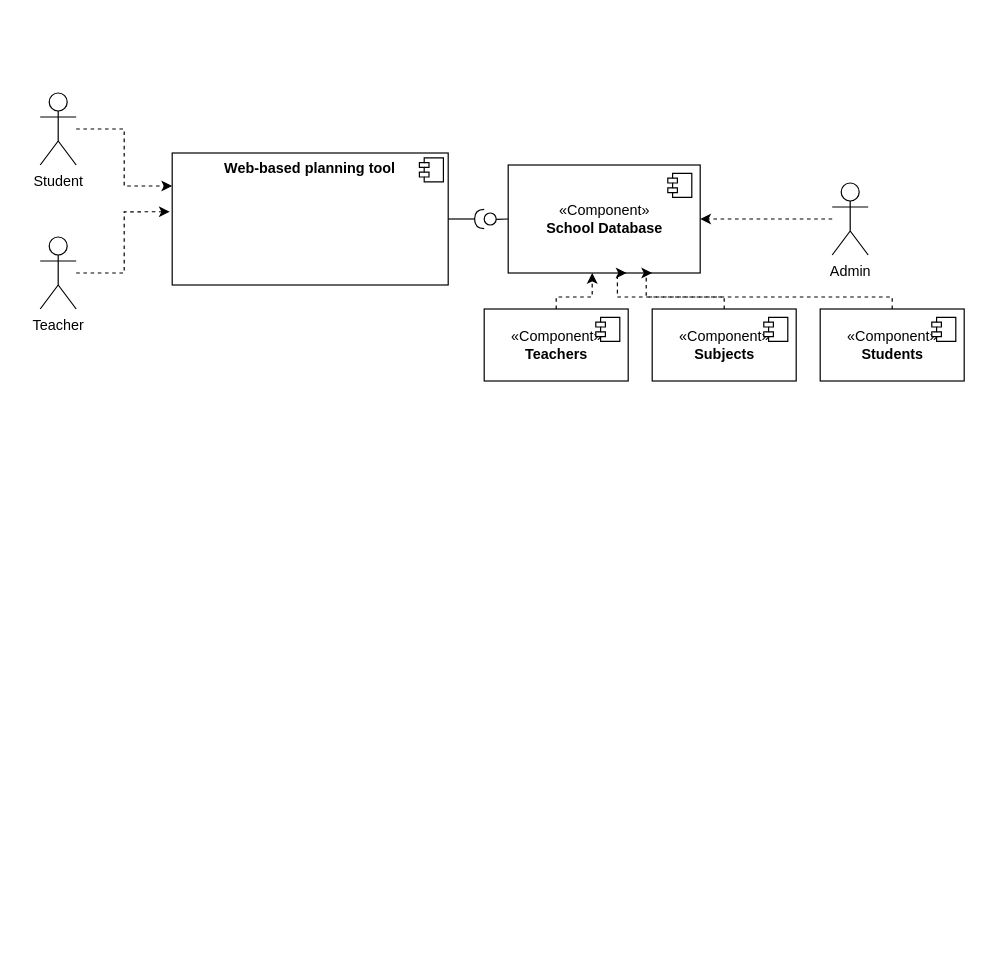
Earlier version of the draw.io diagram diagrams/Untitled Diagram.drawio (die-drei-fragezeichen/eXama). Source tidied: cells renumbered, new cells numbered last; positions are measured from the earlier drawing's top-left corner, leaving out a move shared by most shapes. Both pictures are drawn from the tidied source at 120%, with x=0, y=0 at pixel (40, 92).
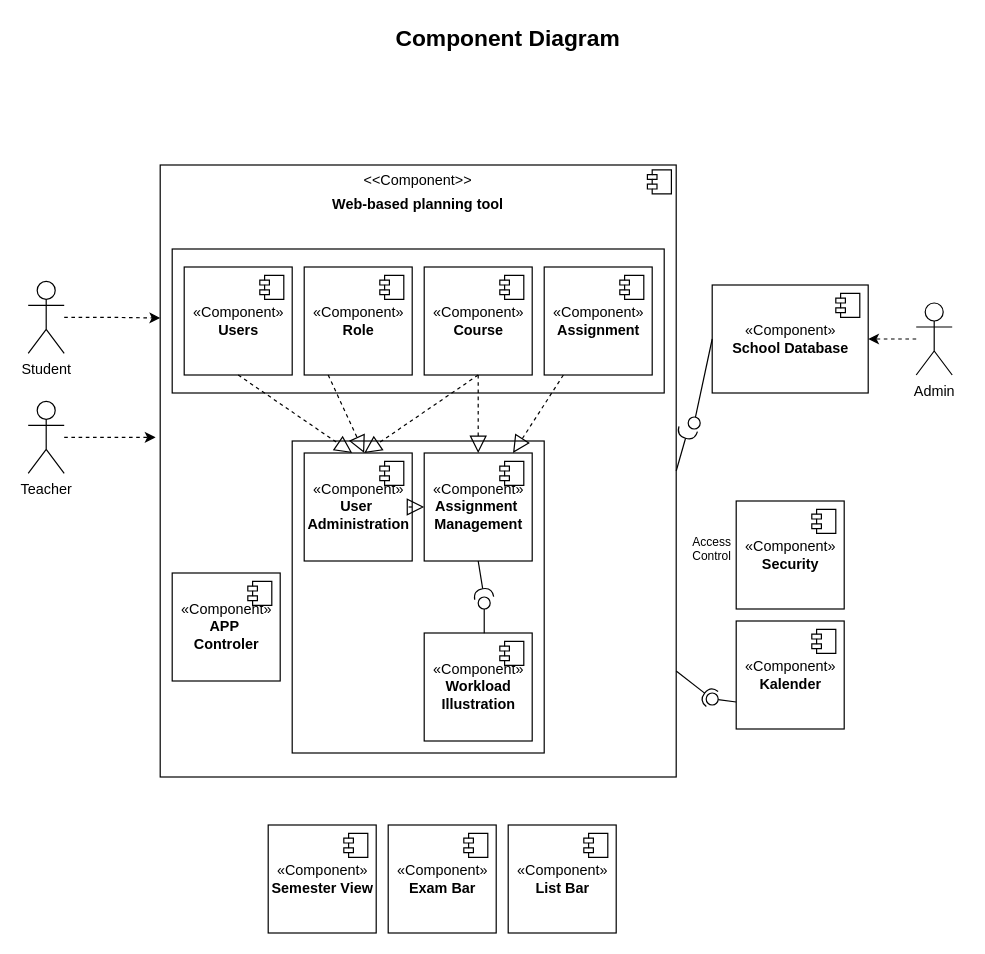
The same page after the edit.

Change to the diagram source:
```diff
@@
+    <mxCell id="10" value="&lt;p style=&quot;margin: 0px ; margin-top: 6px ; text-align: center&quot;&gt;&amp;lt;&amp;lt;Component&amp;gt;&amp;gt;&lt;/p&gt;&lt;p style=&quot;margin: 0px ; margin-top: 6px ; text-align: center&quot;&gt;&lt;b&gt;Web-based planning tool&lt;/b&gt;&lt;/p&gt;" style="align=left;overflow=fill;html=1;" parent="1" vertex="1">
+      <mxGeometry x="100" y="60" width="430" height="510" as="geometry" />
+    </mxCell>
+    <mxCell id="11" style="shape=component;jettyWidth=8;jettyHeight=4;" parent="10" vertex="1">
+      <mxGeometry x="1" width="20" height="20" relative="1" as="geometry">
+        <mxPoint x="-24" y="4" as="offset" />
+      </mxGeometry>
+    </mxCell>
+    <mxCell id="24" style="rounded=0;whiteSpace=wrap;html=1;fontSize=19;align=left;" parent="1" vertex="1">
+      <mxGeometry x="210" y="290" width="210" height="260" as="geometry" />
+    </mxCell>
+    <mxCell id="25" style="rounded=0;whiteSpace=wrap;html=1;fontSize=19;align=left;" parent="1" vertex="1">
+      <mxGeometry x="110" y="130" width="410" height="120" as="geometry" />
+    </mxCell>
     <mxCell id="2" value="«Component»&lt;br&gt;&lt;b&gt;School Database&lt;/b&gt;" style="html=1;" parent="1" vertex="1">
-      <mxGeometry x="390" y="60" width="160" height="90" as="geometry" />
+      <mxGeometry x="560" y="160" width="130" height="90" as="geometry" />
     </mxCell>
@@
     <mxCell id="5" value="Student" style="shape=umlActor;verticalLabelPosition=bottom;verticalAlign=top;html=1;" parent="1" vertex="1">
-      <mxGeometry width="30" height="60" as="geometry" />
+      <mxGeometry x="-10" y="157" width="30" height="60" as="geometry" />
     </mxCell>
@@
     <mxCell id="7" value="Admin" style="shape=umlActor;verticalLabelPosition=bottom;verticalAlign=top;html=1;" parent="1" vertex="1">
-      <mxGeometry x="660" y="75" width="30" height="60" as="geometry" />
+      <mxGeometry x="730" y="175" width="30" height="60" as="geometry" />
     </mxCell>
@@
     <mxCell id="9" value="Teacher" style="shape=umlActor;verticalLabelPosition=bottom;verticalAlign=top;html=1;" parent="1" vertex="1">
-      <mxGeometry y="120" width="30" height="60" as="geometry" />
+      <mxGeometry x="-10" y="257" width="30" height="60" as="geometry" />
     </mxCell>
-    <mxCell id="10" value="&lt;p style=&quot;margin: 0px ; margin-top: 6px ; text-align: center&quot;&gt;&lt;b&gt;Web-based planning tool&lt;/b&gt;&lt;/p&gt;" style="align=left;overflow=fill;html=1;" parent="1" vertex="1">
-      <mxGeometry x="110" y="50" width="230" height="110" as="geometry" />
-    </mxCell>
-    <mxCell id="11" style="shape=component;jettyWidth=8;jettyHeight=4;" parent="10" vertex="1">
-      <mxGeometry x="1" width="20" height="20" relative="1" as="geometry">
-        <mxPoint x="-24" y="4" as="offset" />
-      </mxGeometry>
-    </mxCell>
-    <mxCell id="12" style="edgeStyle=orthogonalEdgeStyle;rounded=0;jettySize=auto;html=1;dashed=1;" parent="1" edge="1" source="13" target="2">
-      <mxGeometry relative="1" as="geometry">
-        <Array as="points">
-          <mxPoint x="430" y="170" />
-          <mxPoint x="460" y="170" />
-        </Array>
-      </mxGeometry>
-    </mxCell>
-    <mxCell id="13" value="«Component»&lt;br&gt;&lt;b&gt;Teachers&lt;/b&gt;" style="html=1;" parent="1" vertex="1">
-      <mxGeometry x="370" y="180" width="120" height="60" as="geometry" />
-    </mxCell>
-    <mxCell id="14" style="shape=module;jettyWidth=8;jettyHeight=4;" parent="13" vertex="1">
-      <mxGeometry x="1" width="20" height="20" relative="1" as="geometry">
-        <mxPoint x="-27" y="7" as="offset" />
-      </mxGeometry>
-    </mxCell>
-    <mxCell id="15" style="edgeStyle=orthogonalEdgeStyle;rounded=0;jettySize=auto;html=1;entryX=0.75;entryY=1;entryDx=0;entryDy=0;dashed=1;" parent="1" edge="1" source="16" target="2">
-      <mxGeometry relative="1" as="geometry">
-        <Array as="points">
-          <mxPoint x="710" y="170" />
-          <mxPoint x="505" y="170" />
-        </Array>
-      </mxGeometry>
-    </mxCell>
-    <mxCell id="16" value="«Component»&lt;br&gt;&lt;b&gt;Students&lt;/b&gt;" style="html=1;" parent="1" vertex="1">
-      <mxGeometry x="650" y="180" width="120" height="60" as="geometry" />
-    </mxCell>
-    <mxCell id="17" style="shape=module;jettyWidth=8;jettyHeight=4;" parent="16" vertex="1">
-      <mxGeometry x="1" width="20" height="20" relative="1" as="geometry">
-        <mxPoint x="-27" y="7" as="offset" />
-      </mxGeometry>
-    </mxCell>
-    <mxCell id="18" style="edgeStyle=orthogonalEdgeStyle;rounded=0;jettySize=auto;html=1;entryX=0.617;entryY=1;entryDx=0;entryDy=0;entryPerimeter=0;dashed=1;" parent="1" edge="1" source="19" target="2">
-      <mxGeometry relative="1" as="geometry">
-        <Array as="points">
-          <mxPoint x="570" y="170" />
-          <mxPoint x="481" y="170" />
-        </Array>
-      </mxGeometry>
-    </mxCell>
-    <mxCell id="19" value="«Component»&lt;br&gt;&lt;b&gt;Subjects&lt;/b&gt;" style="html=1;" parent="1" vertex="1">
-      <mxGeometry x="510" y="180" width="120" height="60" as="geometry" />
-    </mxCell>
-    <mxCell id="20" style="shape=module;jettyWidth=8;jettyHeight=4;" parent="19" vertex="1">
-      <mxGeometry x="1" width="20" height="20" relative="1" as="geometry">
-        <mxPoint x="-27" y="7" as="offset" />
-      </mxGeometry>
-    </mxCell>
@@
     <mxCell id="22" style="rounded=0;jettySize=auto;html=1;endArrow=halfCircle;endFill=0;endSize=6;strokeWidth=1;exitX=1;exitY=0.5;exitDx=0;exitDy=0;" parent="1" edge="1" source="10">
       <mxGeometry relative="1" as="geometry">
-        <mxPoint x="370" y="105" as="targetPoint" />
+        <mxPoint x="540" y="280" as="targetPoint" />
       </mxGeometry>
     </mxCell>
     <mxCell id="23" style="ellipse;whiteSpace=wrap;html=1;fontFamily=Helvetica;fontSize=12;fontColor=#000000;align=center;strokeColor=#000000;fillColor=#ffffff;points=[];" parent="1" vertex="1">
-      <mxGeometry x="370" y="100" width="10" height="10" as="geometry" />
+      <mxGeometry x="540" y="270" width="10" height="10" as="geometry" />
     </mxCell>
+    <mxCell id="26" value="Component Diagram" style="text;align=center;fontStyle=1;verticalAlign=middle;spacingLeft=3;spacingRight=3;strokeColor=none;fontSize=19;" parent="1" vertex="1">
+      <mxGeometry x="350" y="-60" width="80" height="26" as="geometry" />
+    </mxCell>
+    <mxCell id="27" value="«Component»&lt;br&gt;&lt;b&gt;Workload &lt;br&gt;Illustration&lt;/b&gt;" style="html=1;" parent="1" vertex="1">
+      <mxGeometry x="320" y="450" width="90" height="90" as="geometry" />
+    </mxCell>
+    <mxCell id="28" style="shape=module;jettyWidth=8;jettyHeight=4;" parent="27" vertex="1">
+      <mxGeometry x="1" width="20" height="20" relative="1" as="geometry">
+        <mxPoint x="-27" y="7" as="offset" />
+      </mxGeometry>
+    </mxCell>
+    <mxCell id="29" value="«Component»&lt;br&gt;&lt;b&gt;Semester View&lt;/b&gt;" style="html=1;" parent="1" vertex="1">
+      <mxGeometry x="190" y="610" width="90" height="90" as="geometry" />
+    </mxCell>
+    <mxCell id="30" style="shape=module;jettyWidth=8;jettyHeight=4;" parent="29" vertex="1">
+      <mxGeometry x="1" width="20" height="20" relative="1" as="geometry">
+        <mxPoint x="-27" y="7" as="offset" />
+      </mxGeometry>
+    </mxCell>
+    <mxCell id="31" value="«Component»&lt;br&gt;&lt;b&gt;Assignment&lt;/b&gt;" style="html=1;" parent="1" vertex="1">
+      <mxGeometry x="420" y="145" width="90" height="90" as="geometry" />
+    </mxCell>
+    <mxCell id="32" style="shape=module;jettyWidth=8;jettyHeight=4;" parent="31" vertex="1">
+      <mxGeometry x="1" width="20" height="20" relative="1" as="geometry">
+        <mxPoint x="-27" y="7" as="offset" />
+      </mxGeometry>
+    </mxCell>
+    <mxCell id="33" value="«Component»&lt;br&gt;&lt;b&gt;Kalender&lt;/b&gt;" style="html=1;" parent="1" vertex="1">
+      <mxGeometry x="580" y="440" width="90" height="90" as="geometry" />
+    </mxCell>
+    <mxCell id="34" style="shape=module;jettyWidth=8;jettyHeight=4;" parent="33" vertex="1">
+      <mxGeometry x="1" width="20" height="20" relative="1" as="geometry">
+        <mxPoint x="-27" y="7" as="offset" />
+      </mxGeometry>
+    </mxCell>
+    <mxCell id="35" value="«Component»&lt;br&gt;&lt;b&gt;Exam Bar&lt;/b&gt;" style="html=1;" parent="1" vertex="1">
+      <mxGeometry x="290" y="610" width="90" height="90" as="geometry" />
+    </mxCell>
+    <mxCell id="36" style="shape=module;jettyWidth=8;jettyHeight=4;" parent="35" vertex="1">
+      <mxGeometry x="1" width="20" height="20" relative="1" as="geometry">
+        <mxPoint x="-27" y="7" as="offset" />
+      </mxGeometry>
+    </mxCell>
+    <mxCell id="37" value="«Component»&lt;br&gt;&lt;b&gt;List Bar&lt;/b&gt;" style="html=1;" parent="1" vertex="1">
+      <mxGeometry x="390" y="610" width="90" height="90" as="geometry" />
+    </mxCell>
+    <mxCell id="38" style="shape=module;jettyWidth=8;jettyHeight=4;" parent="37" vertex="1">
+      <mxGeometry x="1" width="20" height="20" relative="1" as="geometry">
+        <mxPoint x="-27" y="7" as="offset" />
+      </mxGeometry>
+    </mxCell>
+    <mxCell id="39" value="«Component»&lt;br&gt;&lt;b&gt;Users&lt;/b&gt;" style="html=1;" parent="1" vertex="1">
+      <mxGeometry x="120" y="145" width="90" height="90" as="geometry" />
+    </mxCell>
+    <mxCell id="40" style="shape=module;jettyWidth=8;jettyHeight=4;" parent="39" vertex="1">
+      <mxGeometry x="1" width="20" height="20" relative="1" as="geometry">
+        <mxPoint x="-27" y="7" as="offset" />
+      </mxGeometry>
+    </mxCell>
+    <mxCell id="41" value="«Component»&lt;br&gt;&lt;b&gt;Role&lt;/b&gt;" style="html=1;" parent="1" vertex="1">
+      <mxGeometry x="220" y="145" width="90" height="90" as="geometry" />
+    </mxCell>
+    <mxCell id="42" style="shape=module;jettyWidth=8;jettyHeight=4;" parent="41" vertex="1">
+      <mxGeometry x="1" width="20" height="20" relative="1" as="geometry">
+        <mxPoint x="-27" y="7" as="offset" />
+      </mxGeometry>
+    </mxCell>
+    <mxCell id="43" value="«Component»&lt;br&gt;&lt;b&gt;Course&lt;/b&gt;" style="html=1;" parent="1" vertex="1">
+      <mxGeometry x="320" y="145" width="90" height="90" as="geometry" />
+    </mxCell>
+    <mxCell id="44" style="shape=module;jettyWidth=8;jettyHeight=4;" parent="43" vertex="1">
+      <mxGeometry x="1" width="20" height="20" relative="1" as="geometry">
+        <mxPoint x="-27" y="7" as="offset" />
+      </mxGeometry>
+    </mxCell>
+    <mxCell id="45" value="«Component»&lt;br&gt;&lt;b&gt;Assignment&amp;nbsp;&lt;br&gt;Management&lt;br&gt;&lt;/b&gt;" style="html=1;" parent="1" vertex="1">
+      <mxGeometry x="320" y="300" width="90" height="90" as="geometry" />
+    </mxCell>
+    <mxCell id="46" style="shape=module;jettyWidth=8;jettyHeight=4;" parent="45" vertex="1">
+      <mxGeometry x="1" width="20" height="20" relative="1" as="geometry">
+        <mxPoint x="-27" y="7" as="offset" />
+      </mxGeometry>
+    </mxCell>
+    <mxCell id="47" value="«Component»&lt;br&gt;&lt;b&gt;User&amp;nbsp;&lt;br&gt;Administration&lt;br&gt;&lt;/b&gt;" style="html=1;" parent="1" vertex="1">
+      <mxGeometry x="220" y="300" width="90" height="90" as="geometry" />
+    </mxCell>
+    <mxCell id="48" style="shape=module;jettyWidth=8;jettyHeight=4;" parent="47" vertex="1">
+      <mxGeometry x="1" width="20" height="20" relative="1" as="geometry">
+        <mxPoint x="-27" y="7" as="offset" />
+      </mxGeometry>
+    </mxCell>
+    <mxCell id="49" value="«Component»&lt;br&gt;&lt;b&gt;Security&lt;/b&gt;" style="html=1;" parent="1" vertex="1">
+      <mxGeometry x="580" y="340" width="90" height="90" as="geometry" />
+    </mxCell>
+    <mxCell id="50" style="shape=module;jettyWidth=8;jettyHeight=4;" parent="49" vertex="1">
+      <mxGeometry x="1" width="20" height="20" relative="1" as="geometry">
+        <mxPoint x="-27" y="7" as="offset" />
+      </mxGeometry>
+    </mxCell>
+    <mxCell id="51" style="rounded=0;jettySize=auto;html=1;endArrow=none;endFill=0;fontSize=19;exitX=0;exitY=0.75;exitDx=0;exitDy=0;" parent="1" edge="1" source="33" target="53">
+      <mxGeometry relative="1" as="geometry" />
+    </mxCell>
+    <mxCell id="52" style="rounded=0;jettySize=auto;html=1;endArrow=halfCircle;endFill=0;entryX=0.5;entryY=0.5;entryDx=0;entryDy=0;endSize=6;strokeWidth=1;fontSize=19;" parent="1" edge="1" source="10" target="53">
+      <mxGeometry relative="1" as="geometry" />
+    </mxCell>
+    <mxCell id="53" style="ellipse;whiteSpace=wrap;html=1;fontFamily=Helvetica;fontSize=12;fontColor=#000000;align=center;strokeColor=#000000;fillColor=#ffffff;points=[];" parent="1" vertex="1">
+      <mxGeometry x="555" y="500" width="10" height="10" as="geometry" />
+    </mxCell>
+    <mxCell id="54" style="rounded=0;jettySize=auto;html=1;endArrow=none;endFill=0;fontSize=19;exitX=0.628;exitY=0.765;exitDx=0;exitDy=0;exitPerimeter=0;" parent="1" edge="1" source="10" target="56">
+      <mxGeometry relative="1" as="geometry" />
+    </mxCell>
+    <mxCell id="55" style="rounded=0;jettySize=auto;html=1;endArrow=halfCircle;endFill=0;endSize=6;strokeWidth=1;fontSize=19;exitX=0.5;exitY=1;exitDx=0;exitDy=0;entryX=0.5;entryY=0.1;entryDx=0;entryDy=0;entryPerimeter=0;" parent="1" edge="1" source="45" target="56">
+      <mxGeometry relative="1" as="geometry" />
+    </mxCell>
+    <mxCell id="56" style="ellipse;whiteSpace=wrap;html=1;fontFamily=Helvetica;fontSize=12;fontColor=#000000;align=center;strokeColor=#000000;fillColor=#ffffff;points=[];" parent="1" vertex="1">
+      <mxGeometry x="365" y="420" width="10" height="10" as="geometry" />
+    </mxCell>
+    <mxCell id="57" style="endArrow=block;dashed=1;endFill=0;endSize=12;html=1;fontSize=19;exitX=0.5;exitY=1;exitDx=0;exitDy=0;" parent="1" edge="1" source="39">
+      <mxGeometry relative="1" as="geometry">
+        <mxPoint x="260" y="300" as="targetPoint" />
+      </mxGeometry>
+    </mxCell>
+    <mxCell id="58" style="endArrow=block;dashed=1;endFill=0;endSize=12;html=1;fontSize=19;" parent="1" edge="1">
+      <mxGeometry relative="1" as="geometry">
+        <mxPoint x="240" y="235" as="sourcePoint" />
+        <mxPoint x="270" y="300" as="targetPoint" />
+      </mxGeometry>
+    </mxCell>
+    <mxCell id="59" style="endArrow=block;dashed=1;endFill=0;endSize=12;html=1;fontSize=19;exitX=0.5;exitY=1;exitDx=0;exitDy=0;" parent="1" edge="1" source="43">
+      <mxGeometry relative="1" as="geometry">
+        <mxPoint x="270" y="300" as="targetPoint" />
+      </mxGeometry>
+    </mxCell>
+    <mxCell id="60" style="endArrow=block;dashed=1;endFill=0;endSize=12;html=1;fontSize=19;" parent="1" edge="1" source="31" target="45">
+      <mxGeometry relative="1" as="geometry" />
+    </mxCell>
+    <mxCell id="61" value="«Component»&lt;br&gt;&lt;b&gt;APP&amp;nbsp;&lt;br&gt;Controler&lt;br&gt;&lt;/b&gt;" style="html=1;" parent="1" vertex="1">
+      <mxGeometry x="110" y="400" width="90" height="90" as="geometry" />
+    </mxCell>
+    <mxCell id="62" style="shape=module;jettyWidth=8;jettyHeight=4;" parent="61" vertex="1">
+      <mxGeometry x="1" width="20" height="20" relative="1" as="geometry">
+        <mxPoint x="-27" y="7" as="offset" />
+      </mxGeometry>
+    </mxCell>
+    <mxCell id="63" style="endArrow=block;dashed=1;endFill=0;endSize=12;html=1;fontSize=19;exitX=0.5;exitY=1;exitDx=0;exitDy=0;entryX=0.5;entryY=0;entryDx=0;entryDy=0;" parent="1" edge="1" source="43" target="45">
+      <mxGeometry relative="1" as="geometry" />
+    </mxCell>
+    <mxCell id="64" style="endArrow=block;dashed=1;endFill=0;endSize=12;html=1;fontSize=19;exitX=1;exitY=0.5;exitDx=0;exitDy=0;entryX=0;entryY=0.5;entryDx=0;entryDy=0;" parent="1" edge="1" source="47" target="45">
+      <mxGeometry relative="1" as="geometry" />
+    </mxCell>
+    <mxCell id="65" value="Access Control" style="text;html=1;strokeColor=none;fillColor=none;align=center;verticalAlign=middle;whiteSpace=wrap;rounded=0;fontSize=10;" parent="1" vertex="1">
+      <mxGeometry x="540" y="370" width="40" height="20" as="geometry" />
+    </mxCell>
```
